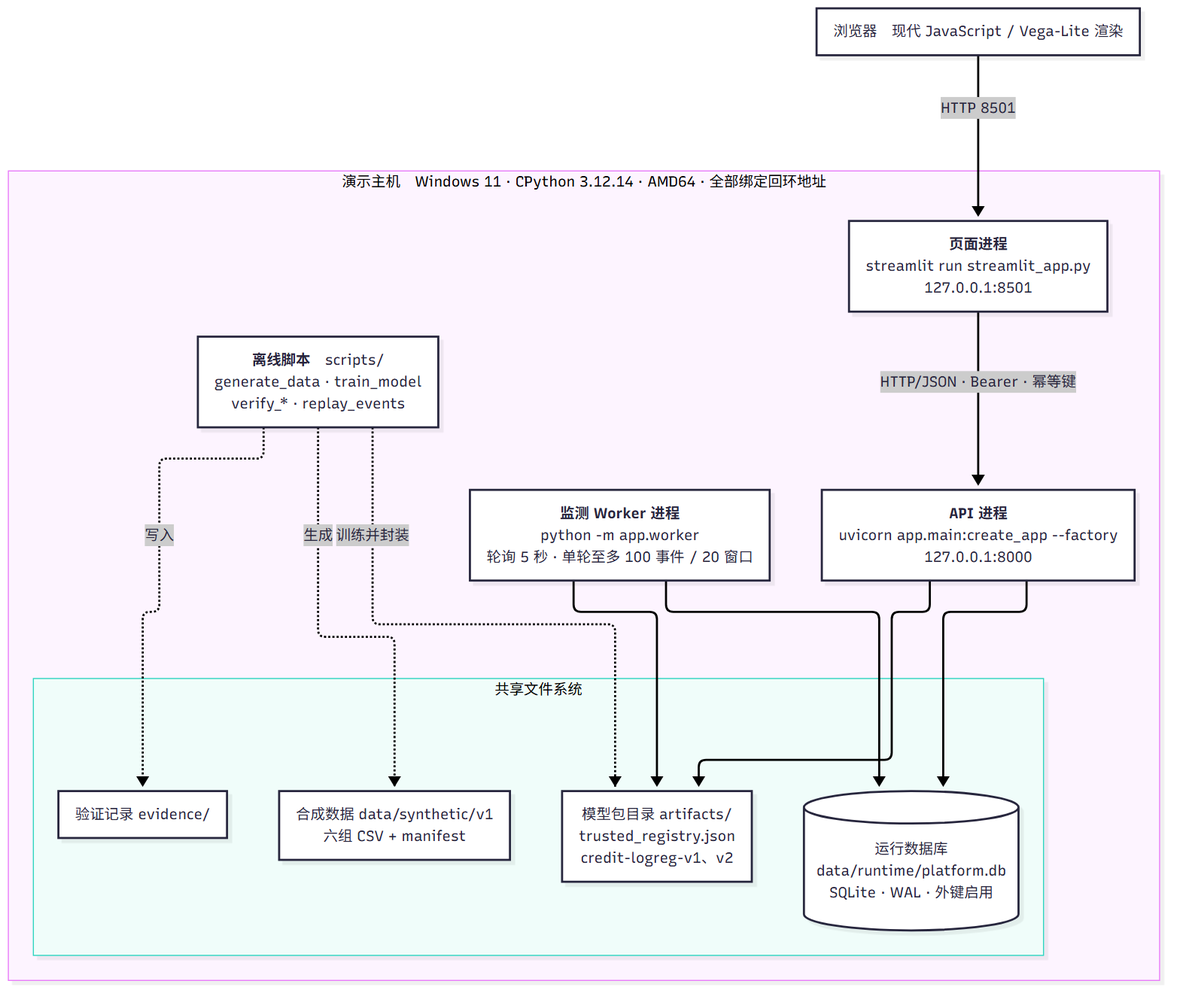
The Mermaid diagram docs/figures/B5-deployment.png in Cherable/financial-ai-model-risk-platform, before a commit. Its source is kept beside it as docs/diagrams/B5-deployment.mmd.
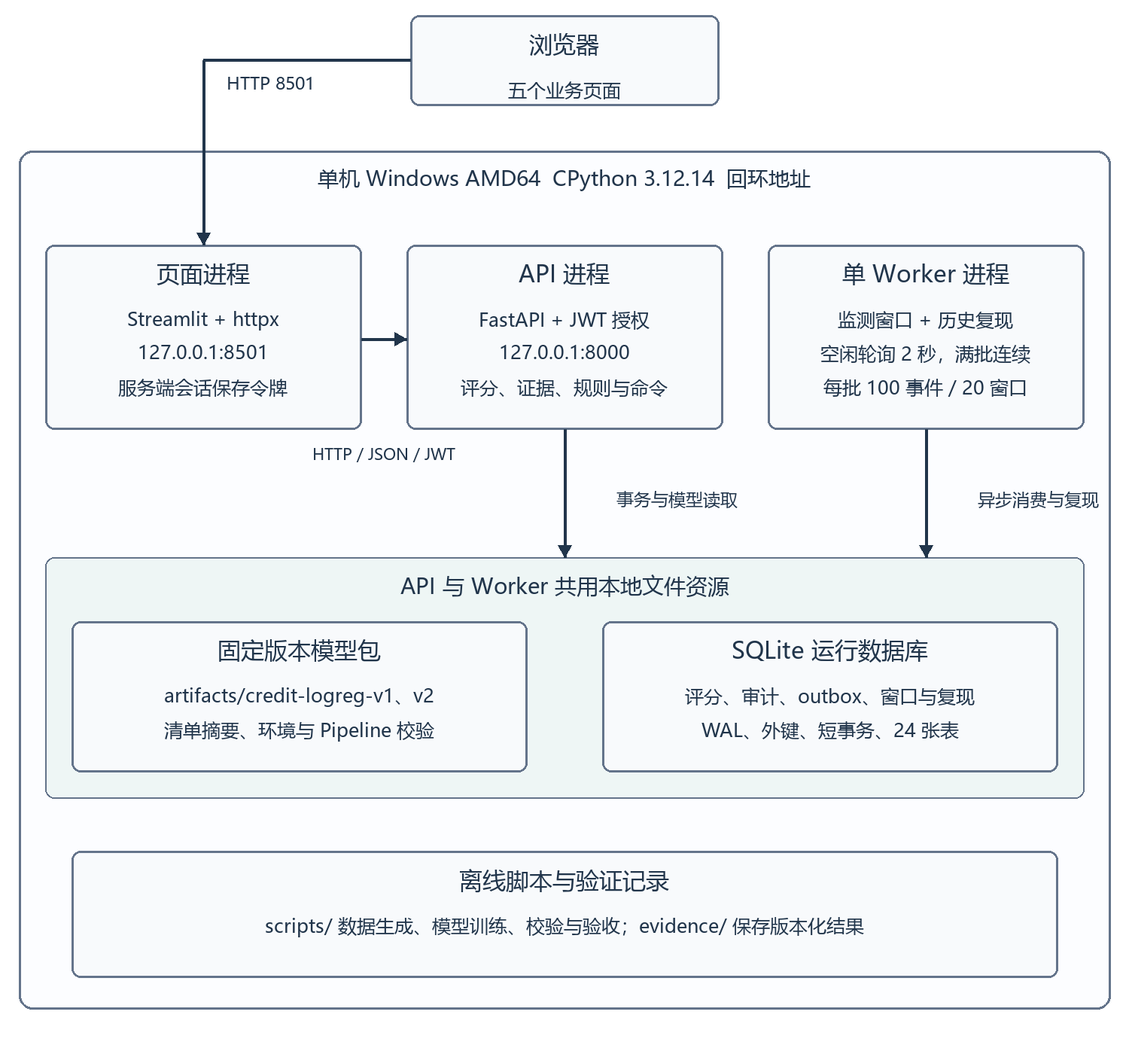
The same file after the commit.

Change to the diagram source:
```diff
@@ -4,7 +4,7 @@
   subgraph HOST["演示主机　Windows 11 · CPython 3.12.14 · AMD64 · 全部绑定回环地址"]
     P3["<b>页面进程</b><br/>streamlit run streamlit_app.py<br/>127.0.0.1:8501"]
     P1["<b>API 进程</b><br/>uvicorn app.main:create_app --factory<br/>127.0.0.1:8000"]
-    P2["<b>监测 Worker 进程</b><br/>python -m app.worker<br/>轮询 5 秒 · 单轮至多 100 事件 / 20 窗口"]
+    P2["<b>监测与复现 Worker 进程</b><br/>python -m app.worker<br/>空闲轮询 2 秒，满批连续 · 单轮至多 100 事件 / 20 窗口"]
     subgraph FILE["共享文件系统"]
       DB[("运行数据库<br/>data/runtime/platform.db<br/>SQLite · WAL · 外键启用")]
       ART["模型包目录 artifacts/<br/>trusted_registry.json<br/>credit-logreg-v1、v2"]
```
